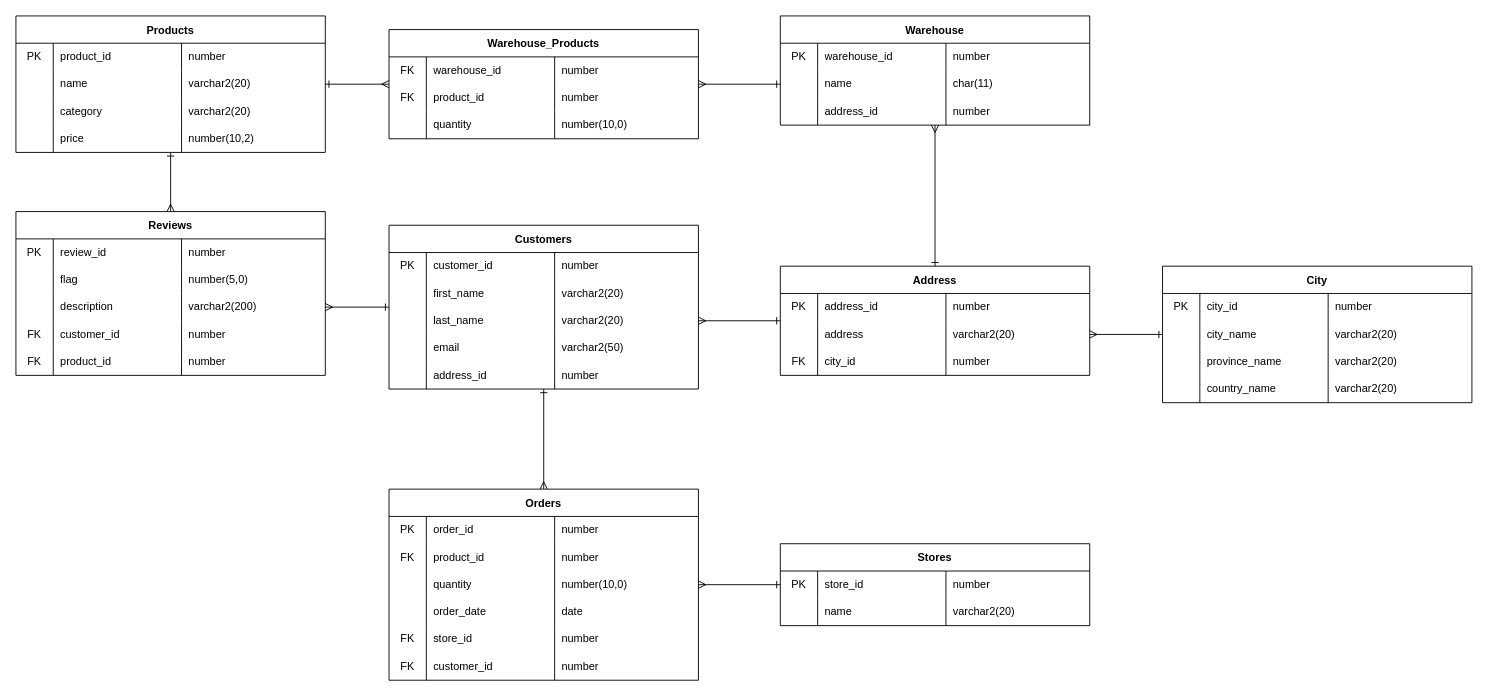
Above: documents/Design.drawio in harishuss1/Java-SQL-MegaStore (draw.io), before the change. Source tidied: cells renumbered, new cells numbered last; positions are measured from the earlier drawing's top-left corner, leaving out a move shared by most shapes. Both pictures are drawn from the tidied source at 91%, with x=0, y=0 at pixel (15, 15).
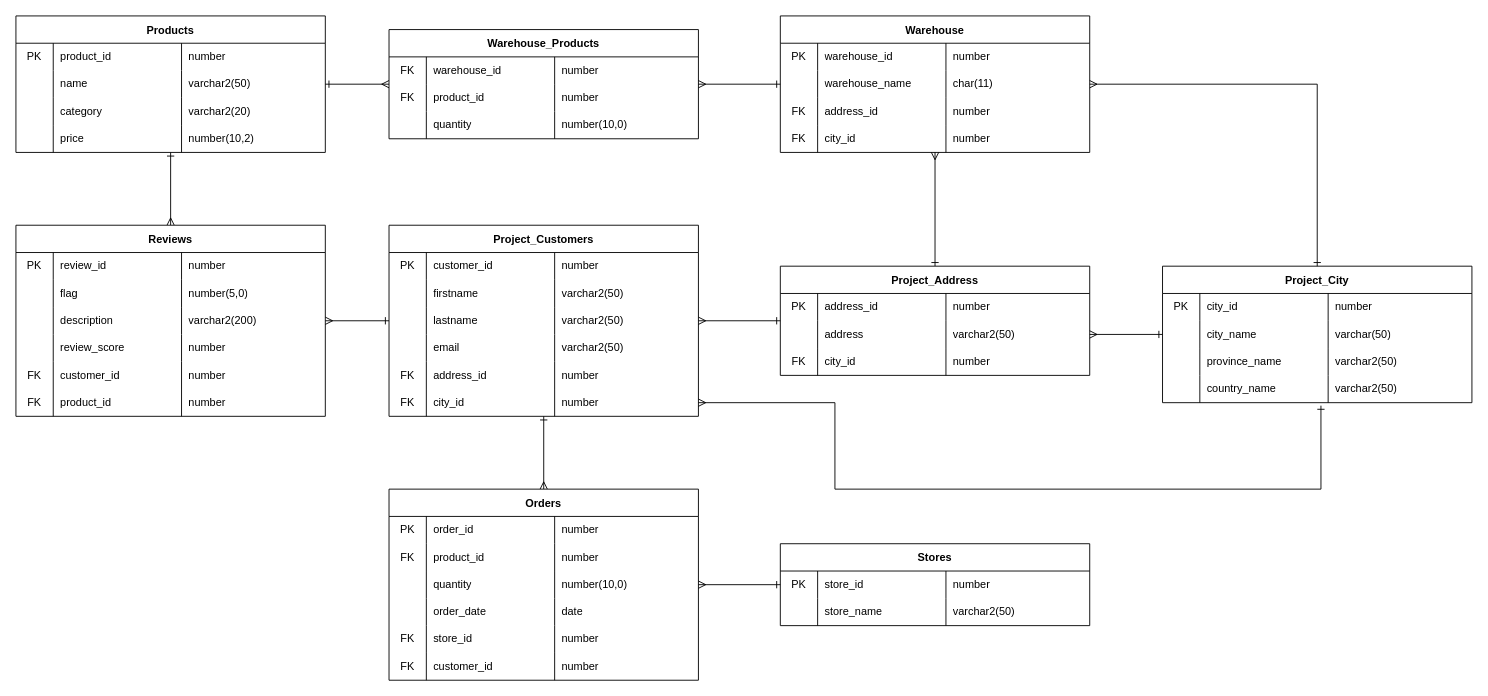
The same diagram, later.

Commit message (it also covers changes not shown here):
ERD adjusted

Unchanged cells that the change refers to:
```xml
<mxCell id="8" style="shape=tableRow;horizontal=0;startSize=0;swimlaneHead=0;swimlaneBody=0;top=0;left=0;bottom=0;right=0;fillColor=none;strokeWidth=1;" parent="3" vertex="1">
  <mxGeometry y="60" width="340" height="30" as="geometry" />
</mxCell>
<mxCell id="43" style="shape=tableRow;horizontal=0;startSize=0;swimlaneHead=0;swimlaneBody=0;top=0;left=0;bottom=0;right=0;fillColor=none;strokeWidth=1;" parent="38" vertex="1">
  <mxGeometry y="60" width="340" height="30" as="geometry" />
</mxCell>
<mxCell id="47" style="shape=tableRow;horizontal=0;startSize=0;swimlaneHead=0;swimlaneBody=0;top=0;left=0;bottom=0;right=0;fillColor=none;points=[[0,0.5],[1,0.5]];portConstraint=eastwest;strokeWidth=1;" parent="38" vertex="1">
  <mxGeometry y="90" width="340" height="30" as="geometry" />
</mxCell>
<mxCell id="55" style="shape=tableRow;horizontal=0;startSize=0;swimlaneHead=0;swimlaneBody=0;top=0;left=0;bottom=0;right=0;fillColor=none;strokeWidth=1;" parent="38" vertex="1">
  <mxGeometry y="150" width="340" height="30" as="geometry" />
</mxCell>
<mxCell id="64" style="shape=tableRow;horizontal=0;startSize=0;swimlaneHead=0;swimlaneBody=0;top=0;left=0;bottom=0;right=0;fillColor=none;points=[[0,0.5],[1,0.5]];portConstraint=eastwest;strokeWidth=1;" parent="59" vertex="1">
  <mxGeometry y="60" width="340" height="30" as="geometry" />
</mxCell>
<mxCell id="68" style="shape=tableRow;horizontal=0;startSize=0;swimlaneHead=0;swimlaneBody=0;top=0;left=0;bottom=0;right=0;fillColor=none;strokeWidth=1;" parent="59" vertex="1">
  <mxGeometry y="90" width="340" height="30" as="geometry" />
</mxCell>
<mxCell id="112" style="shape=tableRow;horizontal=0;startSize=0;swimlaneHead=0;swimlaneBody=0;top=0;left=0;bottom=0;right=0;fillColor=none;points=[[0,0.5],[1,0.5]];portConstraint=eastwest;strokeWidth=1;" parent="107" vertex="1">
  <mxGeometry y="60" width="340" height="30" as="geometry" />
</mxCell>
<mxCell id="130" style="shape=tableRow;horizontal=0;startSize=0;swimlaneHead=0;swimlaneBody=0;top=0;left=0;bottom=0;right=0;fillColor=none;points=[[0,0.5],[1,0.5]];portConstraint=eastwest;strokeWidth=1;" parent="125" vertex="1">
  <mxGeometry y="60" width="340" height="30" as="geometry" />
</mxCell>
<mxCell id="148" style="shape=tableRow;horizontal=0;startSize=0;swimlaneHead=0;swimlaneBody=0;top=0;left=0;bottom=0;right=0;fillColor=none;points=[[0,0.5],[1,0.5]];portConstraint=eastwest;strokeWidth=1;" parent="143" vertex="1">
  <mxGeometry y="60" width="340" height="30" as="geometry" />
</mxCell>
<mxCell id="152" style="shape=tableRow;horizontal=0;startSize=0;swimlaneHead=0;swimlaneBody=0;top=0;left=0;bottom=0;right=0;fillColor=none;strokeWidth=1;" parent="143" vertex="1">
  <mxGeometry y="90" width="340" height="30" as="geometry" />
</mxCell>
<mxCell id="156" style="shape=tableRow;horizontal=0;startSize=0;swimlaneHead=0;swimlaneBody=0;top=0;left=0;bottom=0;right=0;fillColor=none;points=[[0,0.5],[1,0.5]];portConstraint=eastwest;strokeWidth=1;" parent="143" vertex="1">
  <mxGeometry y="120" width="340" height="30" as="geometry" />
</mxCell>
```

The edit, as a diff of the source:
```diff
@@
-    <mxCell id="10" value="name" style="shape=partialRectangle;html=1;whiteSpace=wrap;fillColor=none;top=0;left=0;bottom=0;right=0;align=left;spacingLeft=6;overflow=hidden;strokeWidth=1;" parent="8" vertex="1">
+    <mxCell id="10" value="store_name" style="shape=partialRectangle;html=1;whiteSpace=wrap;fillColor=none;top=0;left=0;bottom=0;right=0;align=left;spacingLeft=6;overflow=hidden;strokeWidth=1;" parent="8" vertex="1">
       <mxGeometry x="41" width="141" height="30" as="geometry" />
     </mxCell>
-    <mxCell id="11" value="varchar2(20)" style="shape=partialRectangle;html=1;whiteSpace=wrap;fillColor=none;top=0;left=0;bottom=0;right=0;align=left;spacingLeft=6;overflow=hidden;strokeWidth=1;" parent="8" vertex="1">
+    <mxCell id="11" value="varchar2(50)" style="shape=partialRectangle;html=1;whiteSpace=wrap;fillColor=none;top=0;left=0;bottom=0;right=0;align=left;spacingLeft=6;overflow=hidden;strokeWidth=1;" parent="8" vertex="1">
       <mxGeometry x="182" width="158" height="30" as="geometry" />
     </mxCell>
@@
-    <mxCell id="38" value="Customers" style="shape=table;startSize=30;childLayout=tableLayout;rowLines=0;fontStyle=1;strokeWidth=1;" parent="1" vertex="1">
-      <mxGeometry x="410" y="230" width="340" height="180" as="geometry" />
+    <mxCell id="38" value="Project_Customers" style="shape=table;startSize=30;childLayout=tableLayout;rowLines=0;fontStyle=1;strokeWidth=1;" parent="1" vertex="1">
+      <mxGeometry x="410" y="230" width="340" height="210" as="geometry" />
     </mxCell>
@@
-    <mxCell id="45" value="first_name" style="shape=partialRectangle;html=1;whiteSpace=wrap;fillColor=none;top=0;left=0;bottom=0;right=0;align=left;spacingLeft=6;overflow=hidden;strokeWidth=1;" parent="43" vertex="1">
+    <mxCell id="45" value="firstname" style="shape=partialRectangle;html=1;whiteSpace=wrap;fillColor=none;top=0;left=0;bottom=0;right=0;align=left;spacingLeft=6;overflow=hidden;strokeWidth=1;" parent="43" vertex="1">
       <mxGeometry x="41" width="141" height="30" as="geometry" />
     </mxCell>
-    <mxCell id="46" value="varchar2(20)" style="shape=partialRectangle;html=1;whiteSpace=wrap;fillColor=none;top=0;left=0;bottom=0;right=0;align=left;spacingLeft=6;overflow=hidden;strokeWidth=1;" parent="43" vertex="1">
+    <mxCell id="46" value="varchar2(50)" style="shape=partialRectangle;html=1;whiteSpace=wrap;fillColor=none;top=0;left=0;bottom=0;right=0;align=left;spacingLeft=6;overflow=hidden;strokeWidth=1;" parent="43" vertex="1">
       <mxGeometry x="182" width="158" height="30" as="geometry" />
     </mxCell>
@@
-    <mxCell id="49" value="last_name" style="shape=partialRectangle;html=1;whiteSpace=wrap;fillColor=none;top=0;left=0;bottom=0;right=0;align=left;spacingLeft=6;overflow=hidden;strokeWidth=1;" parent="47" vertex="1">
+    <mxCell id="49" value="lastname" style="shape=partialRectangle;html=1;whiteSpace=wrap;fillColor=none;top=0;left=0;bottom=0;right=0;align=left;spacingLeft=6;overflow=hidden;strokeWidth=1;" parent="47" vertex="1">
       <mxGeometry x="41" width="141" height="30" as="geometry" />
     </mxCell>
-    <mxCell id="50" value="varchar2(20)" style="shape=partialRectangle;html=1;whiteSpace=wrap;fillColor=none;top=0;left=0;bottom=0;right=0;align=left;spacingLeft=6;overflow=hidden;strokeWidth=1;" parent="47" vertex="1">
+    <mxCell id="50" value="varchar2(50)" style="shape=partialRectangle;html=1;whiteSpace=wrap;fillColor=none;top=0;left=0;bottom=0;right=0;align=left;spacingLeft=6;overflow=hidden;strokeWidth=1;" parent="47" vertex="1">
       <mxGeometry x="182" width="158" height="30" as="geometry" />
     </mxCell>
@@
-    <mxCell id="56" style="shape=partialRectangle;html=1;whiteSpace=wrap;fillColor=none;top=0;left=0;bottom=0;right=0;overflow=hidden;strokeWidth=1;" parent="55" vertex="1">
+    <mxCell id="56" value="FK" style="shape=partialRectangle;html=1;whiteSpace=wrap;fillColor=none;top=0;left=0;bottom=0;right=0;overflow=hidden;strokeWidth=1;" parent="55" vertex="1">
       <mxGeometry width="41" height="30" as="geometry" />
     </mxCell>
@@
+    <mxCell id="161" style="shape=tableRow;horizontal=0;startSize=0;swimlaneHead=0;swimlaneBody=0;top=0;left=0;bottom=0;right=0;fillColor=none;points=[[0,0.5],[1,0.5]];portConstraint=eastwest;strokeWidth=1;" parent="38" vertex="1">
+      <mxGeometry y="180" width="340" height="30" as="geometry" />
+    </mxCell>
+    <mxCell id="162" value="FK" style="shape=partialRectangle;html=1;whiteSpace=wrap;fillColor=none;top=0;left=0;bottom=0;right=0;overflow=hidden;strokeWidth=1;" parent="161" vertex="1">
+      <mxGeometry width="41" height="30" as="geometry" />
+    </mxCell>
+    <mxCell id="163" value="city_id" style="shape=partialRectangle;html=1;whiteSpace=wrap;fillColor=none;top=0;left=0;bottom=0;right=0;align=left;spacingLeft=6;overflow=hidden;strokeWidth=1;" parent="161" vertex="1">
+      <mxGeometry x="41" width="141" height="30" as="geometry" />
+    </mxCell>
+    <mxCell id="164" value="number" style="shape=partialRectangle;html=1;whiteSpace=wrap;fillColor=none;top=0;left=0;bottom=0;right=0;align=left;spacingLeft=6;overflow=hidden;strokeWidth=1;" parent="161" vertex="1">
+      <mxGeometry x="182" width="158" height="30" as="geometry" />
+    </mxCell>
     <mxCell id="59" value="Warehouse" style="shape=table;startSize=30;childLayout=tableLayout;rowLines=0;fontStyle=1;strokeWidth=1;" parent="1" vertex="1">
-      <mxGeometry x="840" width="340" height="120" as="geometry" />
+      <mxGeometry x="840" width="340" height="150" as="geometry" />
     </mxCell>
@@
-    <mxCell id="66" value="name" style="shape=partialRectangle;html=1;whiteSpace=wrap;fillColor=none;top=0;left=0;bottom=0;right=0;align=left;spacingLeft=6;overflow=hidden;strokeWidth=1;" parent="64" vertex="1">
+    <mxCell id="66" value="warehouse_name" style="shape=partialRectangle;html=1;whiteSpace=wrap;fillColor=none;top=0;left=0;bottom=0;right=0;align=left;spacingLeft=6;overflow=hidden;strokeWidth=1;" parent="64" vertex="1">
       <mxGeometry x="41" width="141" height="30" as="geometry" />
     </mxCell>
@@
-    <mxCell id="69" style="shape=partialRectangle;html=1;whiteSpace=wrap;fillColor=none;top=0;left=0;bottom=0;right=0;overflow=hidden;strokeWidth=1;" parent="68" vertex="1">
+    <mxCell id="69" value="FK" style="shape=partialRectangle;html=1;whiteSpace=wrap;fillColor=none;top=0;left=0;bottom=0;right=0;overflow=hidden;strokeWidth=1;" parent="68" vertex="1">
       <mxGeometry width="41" height="30" as="geometry" />
     </mxCell>
@@
+    <mxCell id="165" style="shape=tableRow;horizontal=0;startSize=0;swimlaneHead=0;swimlaneBody=0;top=0;left=0;bottom=0;right=0;fillColor=none;strokeWidth=1;" parent="59" vertex="1">
+      <mxGeometry y="120" width="340" height="30" as="geometry" />
+    </mxCell>
+    <mxCell id="166" value="FK" style="shape=partialRectangle;html=1;whiteSpace=wrap;fillColor=none;top=0;left=0;bottom=0;right=0;overflow=hidden;strokeWidth=1;" parent="165" vertex="1">
+      <mxGeometry width="41" height="30" as="geometry" />
+    </mxCell>
+    <mxCell id="167" value="city_id" style="shape=partialRectangle;html=1;whiteSpace=wrap;fillColor=none;top=0;left=0;bottom=0;right=0;align=left;spacingLeft=6;overflow=hidden;strokeWidth=1;" parent="165" vertex="1">
+      <mxGeometry x="41" width="141" height="30" as="geometry" />
+    </mxCell>
+    <mxCell id="168" value="number" style="shape=partialRectangle;html=1;whiteSpace=wrap;fillColor=none;top=0;left=0;bottom=0;right=0;align=left;spacingLeft=6;overflow=hidden;strokeWidth=1;" parent="165" vertex="1">
+      <mxGeometry x="182" width="158" height="30" as="geometry" />
+    </mxCell>
@@
     <mxCell id="86" value="Reviews" style="shape=table;startSize=30;childLayout=tableLayout;rowLines=0;fontStyle=1;strokeWidth=1;" parent="1" vertex="1">
-      <mxGeometry y="215" width="340" height="180" as="geometry" />
+      <mxGeometry y="230" width="340" height="210" as="geometry" />
     </mxCell>
@@
+    <mxCell id="169" style="shape=tableRow;horizontal=0;startSize=0;swimlaneHead=0;swimlaneBody=0;top=0;left=0;bottom=0;right=0;fillColor=none;strokeWidth=1;" parent="86" vertex="1">
+      <mxGeometry y="120" width="340" height="30" as="geometry" />
+    </mxCell>
+    <mxCell id="170" style="shape=partialRectangle;html=1;whiteSpace=wrap;fillColor=none;top=0;left=0;bottom=0;right=0;overflow=hidden;strokeWidth=1;" parent="169" vertex="1">
+      <mxGeometry width="41" height="30" as="geometry" />
+    </mxCell>
+    <mxCell id="171" value="review_score" style="shape=partialRectangle;html=1;whiteSpace=wrap;fillColor=none;top=0;left=0;bottom=0;right=0;align=left;spacingLeft=6;overflow=hidden;strokeWidth=1;" parent="169" vertex="1">
+      <mxGeometry x="41" width="141" height="30" as="geometry" />
+    </mxCell>
+    <mxCell id="172" value="number" style="shape=partialRectangle;html=1;whiteSpace=wrap;fillColor=none;top=0;left=0;bottom=0;right=0;align=left;spacingLeft=6;overflow=hidden;strokeWidth=1;" parent="169" vertex="1">
+      <mxGeometry x="182" width="158" height="30" as="geometry" />
+    </mxCell>
     <mxCell id="99" style="shape=tableRow;horizontal=0;startSize=0;swimlaneHead=0;swimlaneBody=0;top=0;left=0;bottom=0;right=0;fillColor=none;strokeWidth=1;" parent="86" vertex="1">
-      <mxGeometry y="120" width="340" height="30" as="geometry" />
+      <mxGeometry y="150" width="340" height="30" as="geometry" />
     </mxCell>
@@
     <mxCell id="103" style="shape=tableRow;horizontal=0;startSize=0;swimlaneHead=0;swimlaneBody=0;top=0;left=0;bottom=0;right=0;fillColor=none;strokeWidth=1;" parent="86" vertex="1">
-      <mxGeometry y="150" width="340" height="30" as="geometry" />
+      <mxGeometry y="180" width="340" height="30" as="geometry" />
     </mxCell>
@@
-    <mxCell id="115" value="varchar2(20)" style="shape=partialRectangle;html=1;whiteSpace=wrap;fillColor=none;top=0;left=0;bottom=0;right=0;align=left;spacingLeft=6;overflow=hidden;strokeWidth=1;" parent="112" vertex="1">
+    <mxCell id="115" value="varchar2(50)" style="shape=partialRectangle;html=1;whiteSpace=wrap;fillColor=none;top=0;left=0;bottom=0;right=0;align=left;spacingLeft=6;overflow=hidden;strokeWidth=1;" parent="112" vertex="1">
       <mxGeometry x="182" width="158" height="30" as="geometry" />
     </mxCell>
@@
-    <mxCell id="125" value="Address" style="shape=table;startSize=30;childLayout=tableLayout;rowLines=0;fontStyle=1;strokeWidth=1;" parent="1" vertex="1">
+    <mxCell id="125" value="Project_Address" style="shape=table;startSize=30;childLayout=tableLayout;rowLines=0;fontStyle=1;strokeWidth=1;" parent="1" vertex="1">
       <mxGeometry x="840" y="275" width="340" height="120" as="geometry" />
     </mxCell>
@@
-    <mxCell id="133" value="varchar2(20)" style="shape=partialRectangle;html=1;whiteSpace=wrap;fillColor=none;top=0;left=0;bottom=0;right=0;align=left;spacingLeft=6;overflow=hidden;strokeWidth=1;" parent="130" vertex="1">
+    <mxCell id="133" value="varchar2(50)" style="shape=partialRectangle;html=1;whiteSpace=wrap;fillColor=none;top=0;left=0;bottom=0;right=0;align=left;spacingLeft=6;overflow=hidden;strokeWidth=1;" parent="130" vertex="1">
       <mxGeometry x="182" width="158" height="30" as="geometry" />
     </mxCell>
@@
-    <mxCell id="143" value="City" style="shape=table;startSize=30;childLayout=tableLayout;rowLines=0;fontStyle=1;strokeWidth=1;" parent="1" vertex="1">
+    <mxCell id="143" value="Project_City" style="shape=table;startSize=30;childLayout=tableLayout;rowLines=0;fontStyle=1;strokeWidth=1;" parent="1" vertex="1">
       <mxGeometry x="1260" y="275" width="340" height="150" as="geometry" />
     </mxCell>
@@
-    <mxCell id="151" value="varchar2(20)" style="shape=partialRectangle;html=1;whiteSpace=wrap;fillColor=none;top=0;left=0;bottom=0;right=0;align=left;spacingLeft=6;overflow=hidden;strokeWidth=1;" parent="148" vertex="1">
+    <mxCell id="151" value="varchar(50)" style="shape=partialRectangle;html=1;whiteSpace=wrap;fillColor=none;top=0;left=0;bottom=0;right=0;align=left;spacingLeft=6;overflow=hidden;strokeWidth=1;" parent="148" vertex="1">
       <mxGeometry x="182" width="158" height="30" as="geometry" />
     </mxCell>
@@
-    <mxCell id="155" value="varchar2(20)" style="shape=partialRectangle;html=1;whiteSpace=wrap;fillColor=none;top=0;left=0;bottom=0;right=0;align=left;spacingLeft=6;overflow=hidden;strokeWidth=1;" parent="152" vertex="1">
+    <mxCell id="155" value="varchar2(50)" style="shape=partialRectangle;html=1;whiteSpace=wrap;fillColor=none;top=0;left=0;bottom=0;right=0;align=left;spacingLeft=6;overflow=hidden;strokeWidth=1;" parent="152" vertex="1">
       <mxGeometry x="182" width="158" height="30" as="geometry" />
     </mxCell>
@@
-    <mxCell id="159" value="varchar2(20)" style="shape=partialRectangle;html=1;whiteSpace=wrap;fillColor=none;top=0;left=0;bottom=0;right=0;align=left;spacingLeft=6;overflow=hidden;strokeWidth=1;" parent="156" vertex="1">
+    <mxCell id="159" value="varchar2(50)" style="shape=partialRectangle;html=1;whiteSpace=wrap;fillColor=none;top=0;left=0;bottom=0;right=0;align=left;spacingLeft=6;overflow=hidden;strokeWidth=1;" parent="156" vertex="1">
       <mxGeometry x="182" width="158" height="30" as="geometry" />
     </mxCell>
@@
+    <mxCell id="173" style="edgeStyle=orthogonalEdgeStyle;rounded=0;jettySize=auto;html=1;exitX=1;exitY=0.5;exitDx=0;exitDy=0;entryX=0.5;entryY=0;entryDx=0;entryDy=0;endArrow=ERone;endFill=0;startArrow=ERmany;startFill=0;" parent="1" edge="1" source="64" target="143">
+      <mxGeometry relative="1" as="geometry" />
+    </mxCell>
+    <mxCell id="174" style="edgeStyle=orthogonalEdgeStyle;rounded=0;jettySize=auto;html=1;exitX=1;exitY=0.5;exitDx=0;exitDy=0;entryX=0.512;entryY=1.109;entryDx=0;entryDy=0;entryPerimeter=0;startArrow=ERmany;startFill=0;endArrow=ERone;endFill=0;" parent="1" edge="1" source="161" target="156">
+      <mxGeometry relative="1" as="geometry">
+        <Array as="points">
+          <mxPoint x="900" y="425" />
+          <mxPoint x="900" y="520" />
+          <mxPoint x="1434" y="520" />
+        </Array>
+      </mxGeometry>
+    </mxCell>
```
